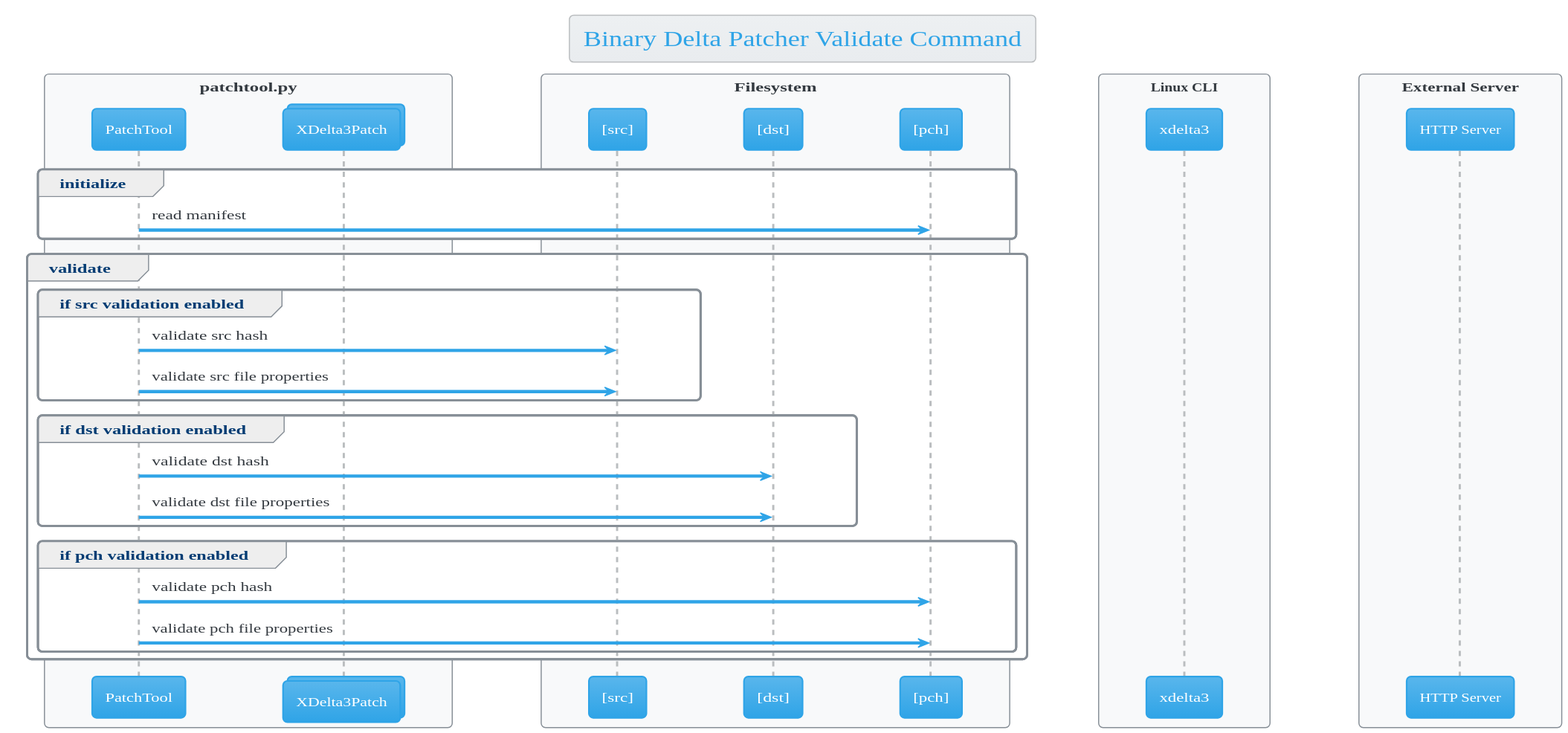
Earlier version of the PlantUML export docs/validate-sequence.svg (SwitchCaseGroup/switchcase-deltapatcher).
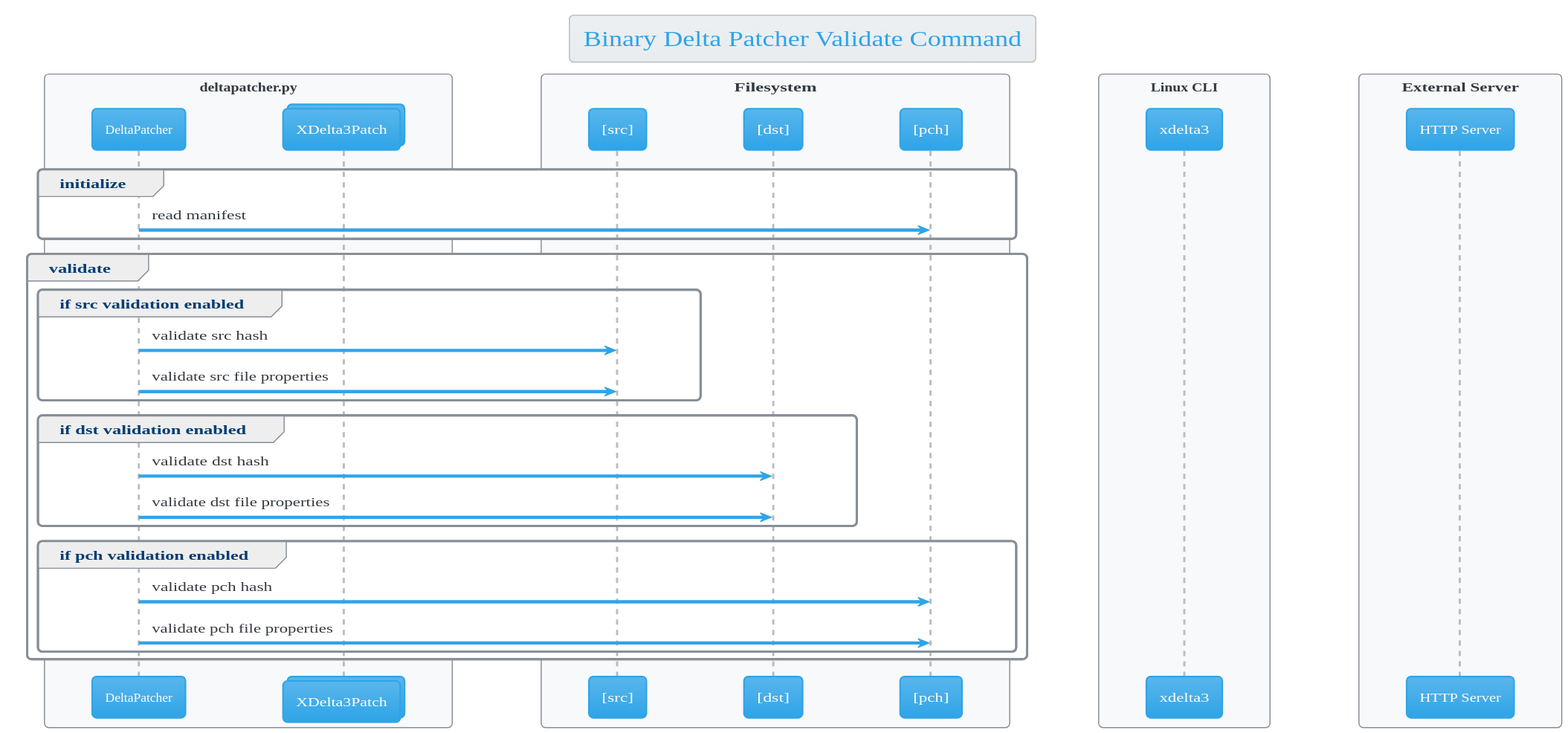
After the change.

Change to the diagram source:
```diff
@@ -1,25 +1,25 @@
 @startuml validate-sequence
 
-!include patchtool.iuml
+!include deltapatcher.iuml
 
 title Binary Delta Patcher Validate Command
 
 group initialize
-  PatchTool -> pch : read manifest
+  DeltaPatcher -> pch : read manifest
 end
 
 group validate
   group if src validation enabled
-    PatchTool -> src : validate src hash
-    PatchTool -> src : validate src file properties
+    DeltaPatcher -> src : validate src hash
+    DeltaPatcher -> src : validate src file properties
   end
   group if dst validation enabled
-    PatchTool -> dst : validate dst hash
-    PatchTool -> dst : validate dst file properties
+    DeltaPatcher -> dst : validate dst hash
+    DeltaPatcher -> dst : validate dst file properties
   end
   group if pch validation enabled
-    PatchTool -> pch : validate pch hash
-    PatchTool -> pch : validate pch file properties
+    DeltaPatcher -> pch : validate pch hash
+    DeltaPatcher -> pch : validate pch file properties
   end
 end
 
```
